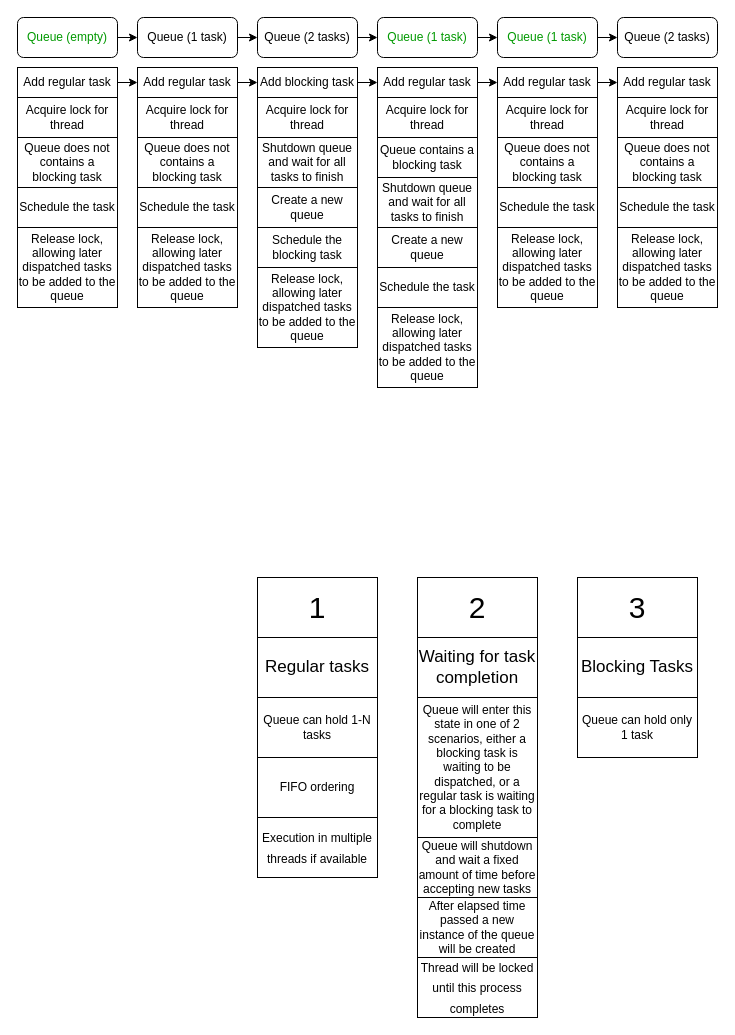
Earlier version of the draw.io diagram Untitled Diagram.drawio (DanGavrielov/diagrams). Source tidied: cells renumbered, new cells numbered last; positions are measured from the earlier drawing's top-left corner, leaving out a move shared by most shapes. Both pictures are drawn from the tidied source at 100%, with x=0, y=0 at pixel (17, 17).
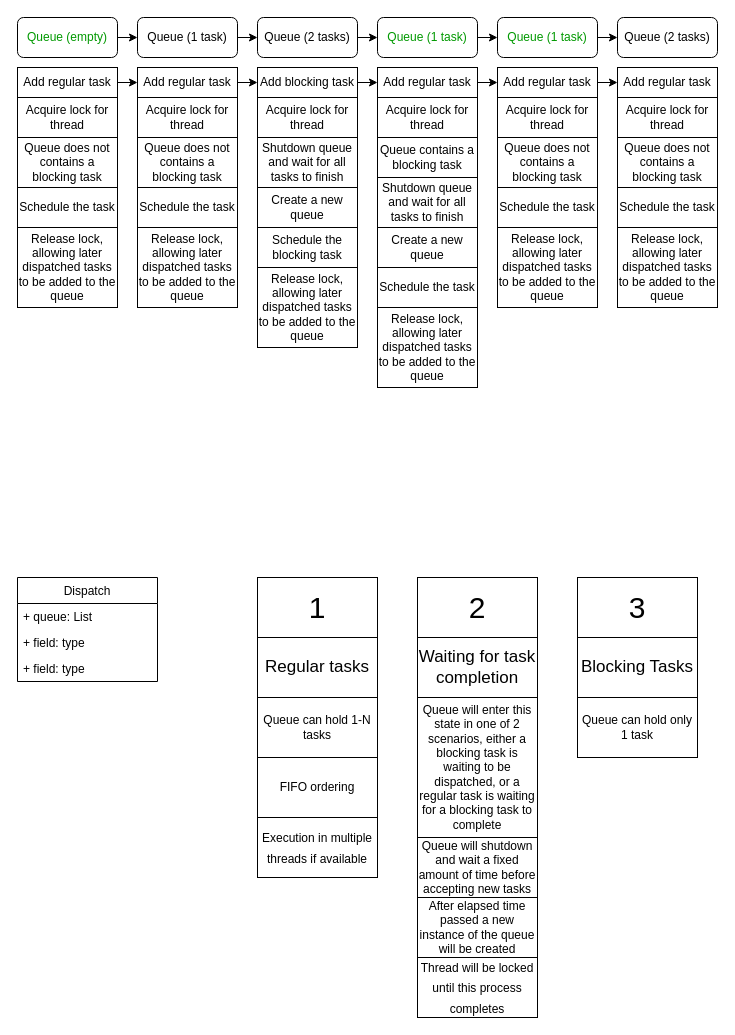
Above is the later version.

Change to the diagram source:
```diff
@@
+    <mxCell id="65" value="Dispatch" style="swimlane;fontStyle=0;horizontal=1;startSize=26;fillColor=none;" parent="1" vertex="1">
+      <mxGeometry y="560" width="140" height="104" as="geometry" />
+    </mxCell>
+    <mxCell id="66" value="+ queue: List" style="text;strokeColor=none;fillColor=none;align=left;verticalAlign=top;spacingLeft=4;spacingRight=4;overflow=hidden;" parent="65" vertex="1">
+      <mxGeometry y="26" width="140" height="26" as="geometry" />
+    </mxCell>
+    <mxCell id="67" value="+ field: type" style="text;strokeColor=none;fillColor=none;align=left;verticalAlign=top;spacingLeft=4;spacingRight=4;overflow=hidden;" parent="65" vertex="1">
+      <mxGeometry y="52" width="140" height="26" as="geometry" />
+    </mxCell>
+    <mxCell id="68" value="+ field: type" style="text;strokeColor=none;fillColor=none;align=left;verticalAlign=top;spacingLeft=4;spacingRight=4;overflow=hidden;" parent="65" vertex="1">
+      <mxGeometry y="78" width="140" height="26" as="geometry" />
+    </mxCell>
```
